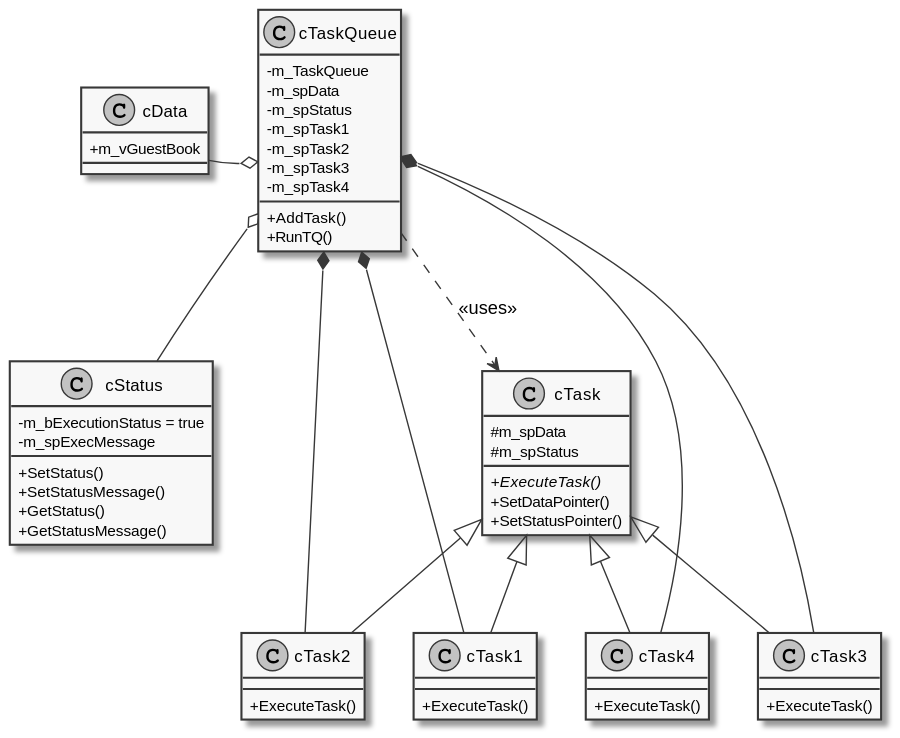
Earlier version of the PlantUML export ClassDiagram.svg (VPERepos/TaskQueueDesignPattern).
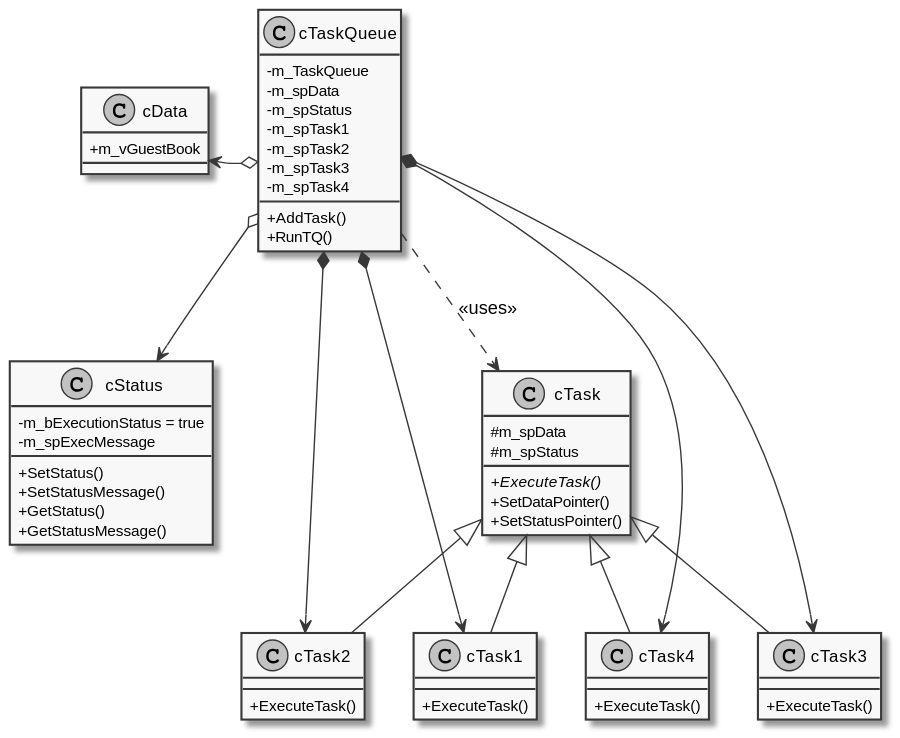
After the change.

Commit message:
direction of connection in class diagram

What changed in the source:
```diff
@@ -54,12 +54,12 @@
 cTask <|-- cTask3
 cTask <|-- cTask4
 
-cTaskQueue o-- cData
-cTaskQueue o-- cStatus
-cTaskQueue *-- cTask1
-cTaskQueue *-- cTask2
-cTaskQueue *-- cTask3
-cTaskQueue *-- cTask4
+cTaskQueue o--> cData
+cTaskQueue o--> cStatus
+cTaskQueue *--> cTask1
+cTaskQueue *--> cTask2
+cTaskQueue *--> cTask3
+cTaskQueue *--> cTask4
 
 cTaskQueue ..> cTask:<<uses>>
 
```
